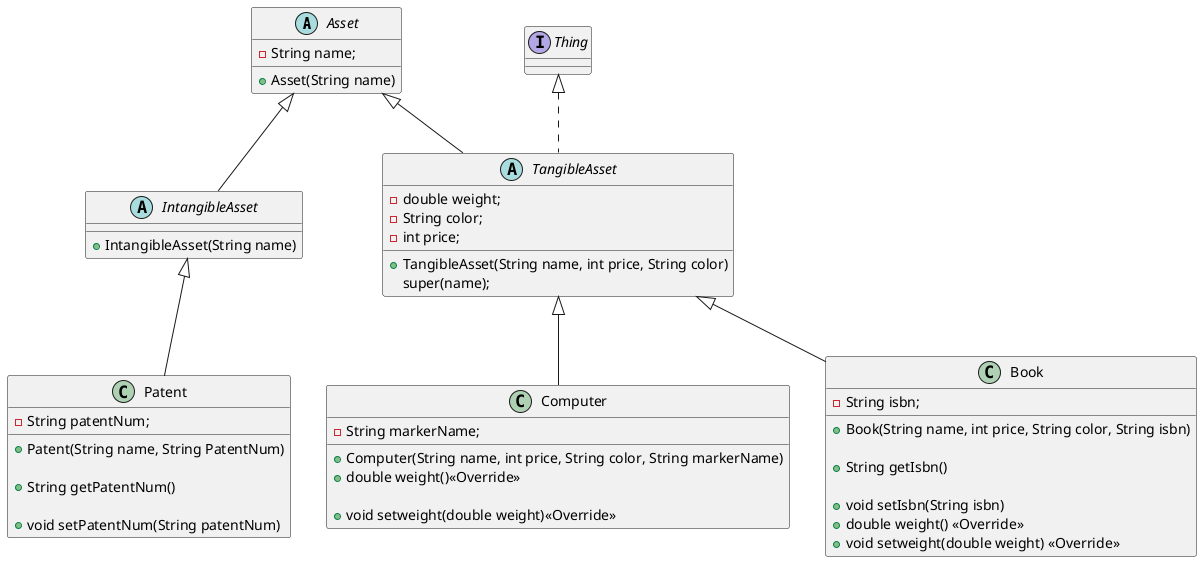
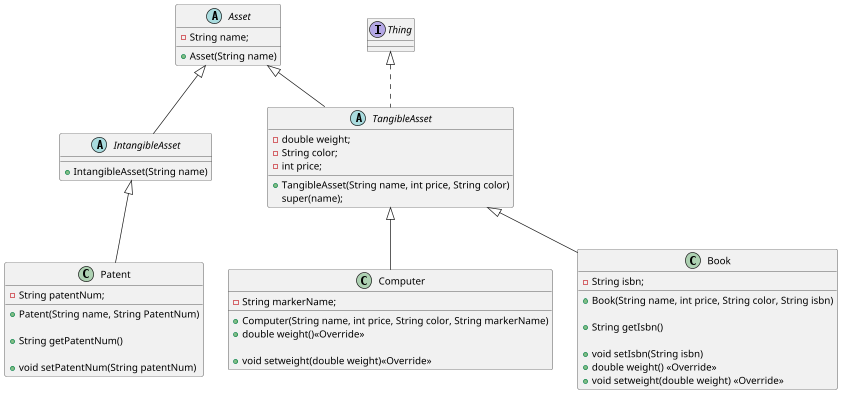
@startuml
- scale 1
+ scale 0.7
abstract class Asset {
    - String name;
    + Asset(String name)
}


abstract class IntangibleAsset extends Asset {
    + IntangibleAsset(String name)
    }

abstract class TangibleAsset extends Asset implements Thing {
    - double weight;
    - String color;
    - int price;

    + TangibleAsset(String name, int price, String color)
        super(name);
    }

class Computer extends TangibleAsset {
        - String markerName;

        + Computer(String name, int price, String color, String markerName)




        + double weight()<<Override>>

        + void setweight(double weight)<<Override>>
        }

class Book extends TangibleAsset {
    - String isbn;


    + Book(String name, int price, String color, String isbn)

    + String getIsbn()

    + void setIsbn(String isbn)


    + double weight() <<Override>>


    + void setweight(double weight) <<Override>>
    }

class Patent extends IntangibleAsset {
    - String patentNum;

    + Patent(String name, String PatentNum)

    + String getPatentNum()

    + void setPatentNum(String patentNum)
}
@enduml